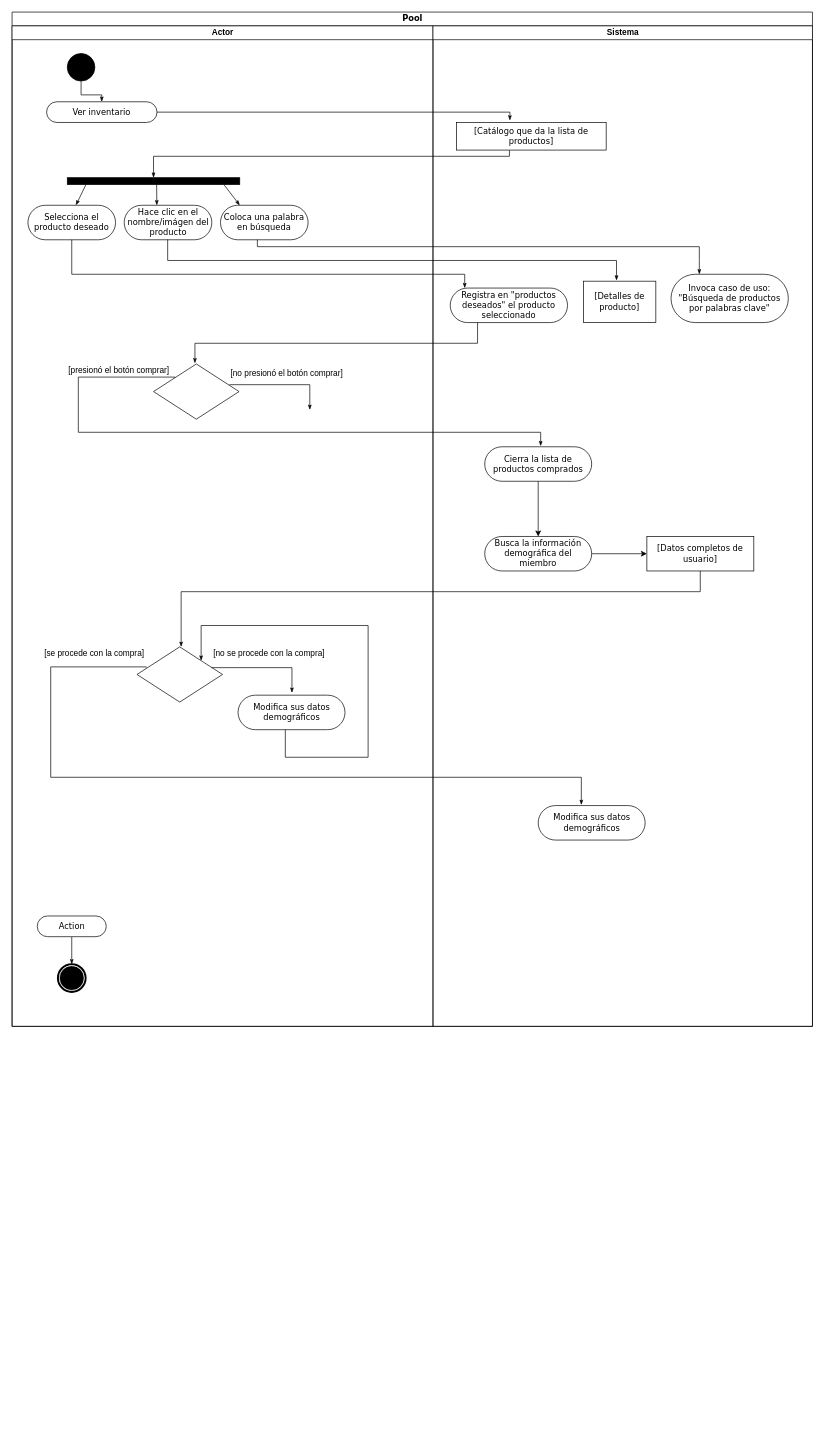
The draw.io diagram Taller diagrama de actividades.drawio in NeutronBlast/IS-Ex, before the edit. Source tidied: cells renumbered, new cells numbered last; positions are measured from the earlier drawing's top-left corner, leaving out a move shared by most shapes. Both pictures are drawn from the tidied source at 69%, with x=0, y=0 at pixel (12, 12).
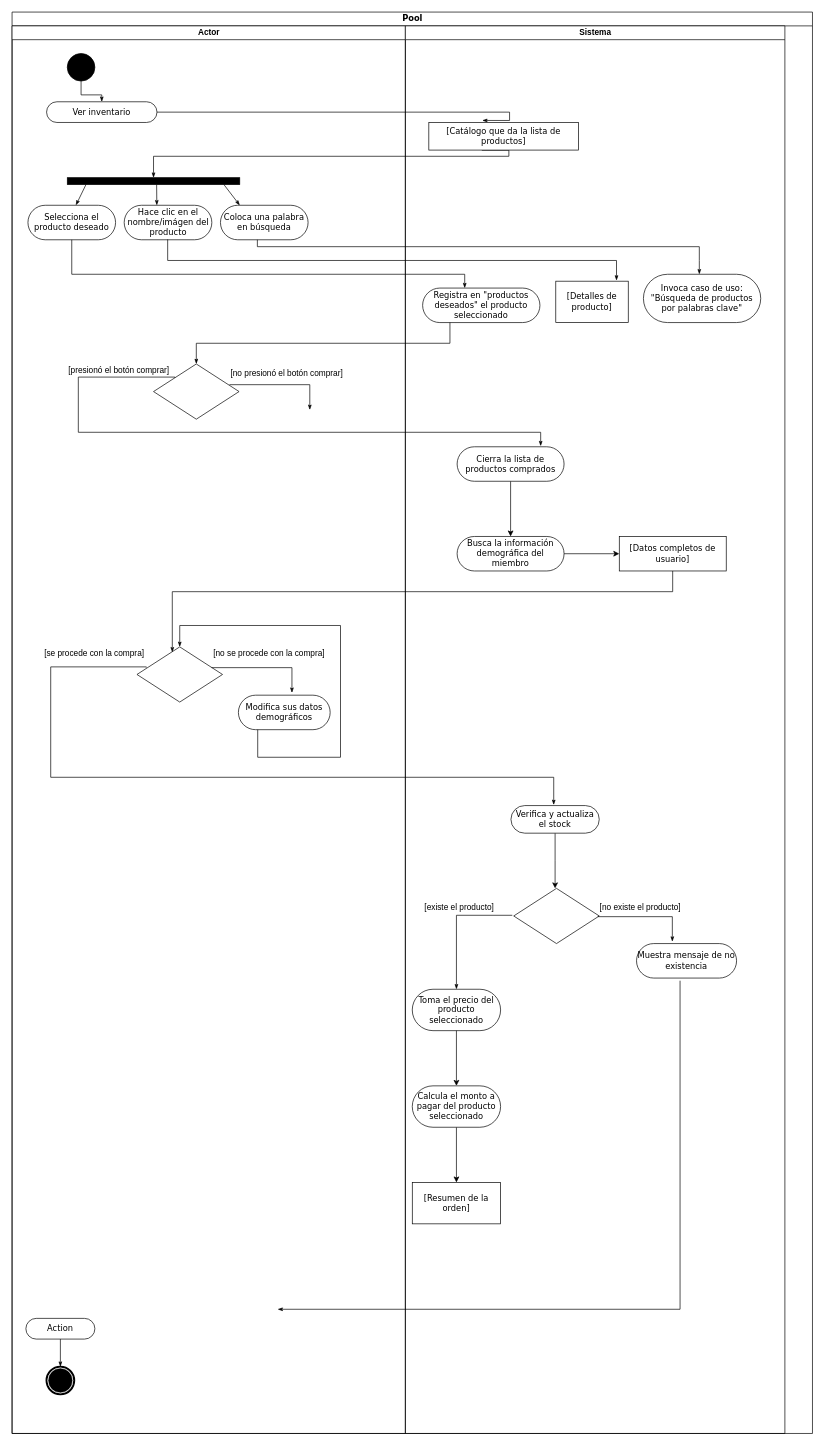
The same diagram, later.

Unchanged cells that the change refers to:
```xml
<mxCell id="18" style="rhombus;whiteSpace=wrap;html=1;rounded=0;" parent="5" vertex="1">
  <mxGeometry x="205" y="490" width="124" height="80" as="geometry" />
</mxCell>
<mxCell id="21" style="rhombus;whiteSpace=wrap;html=1;rounded=0;" parent="5" vertex="1">
  <mxGeometry x="181" y="900" width="124" height="80" as="geometry" />
</mxCell>
```

The edit, as a diff of the source:
```diff
@@
     <mxCell id="2" value="Pool" style="swimlane;html=1;startSize=20;rounded=0;shadow=0;comic=0;labelBackgroundColor=none;strokeColor=#000000;strokeWidth=1;fillColor=#ffffff;fontFamily=Verdana;fontSize=12;fontColor=#000000;align=center;" parent="1" vertex="1">
-      <mxGeometry width="1160" height="1470" as="geometry" />
+      <mxGeometry width="1160" height="2060" as="geometry" />
     </mxCell>
@@
     <mxCell id="5" value="Actor" style="swimlane;html=1;startSize=20;" parent="2" vertex="1">
-      <mxGeometry y="20" width="610" height="1450" as="geometry" />
+      <mxGeometry y="20" width="570" height="2040" as="geometry" />
     </mxCell>
@@
     <mxCell id="24" style="edgeStyle=orthogonalEdgeStyle;rounded=0;html=1;labelBackgroundColor=none;startArrow=none;startFill=0;startSize=5;endArrow=classicThin;endFill=1;endSize=5;jettySize=auto;orthogonalLoop=1;strokeColor=#000000;strokeWidth=1;fontFamily=Verdana;fontSize=12;fontColor=#000000;exitX=0;exitY=0;exitDx=0;exitDy=0;" parent="5" edge="1">
       <mxGeometry relative="1" as="geometry">
         <mxPoint x="194.6" y="930" as="sourcePoint" />
-        <mxPoint x="825" y="1129" as="targetPoint" />
+        <mxPoint x="785" y="1129" as="targetPoint" />
         <Array as="points">
           <mxPoint x="56" y="929" />
           <mxPoint x="56" y="1089" />
-          <mxPoint x="825" y="1089" />
+          <mxPoint x="785" y="1089" />
+          <mxPoint x="785" y="1129" />
         </Array>
       </mxGeometry>
     </mxCell>
@@
     <mxCell id="26" value="Modifica sus datos demográficos" style="rounded=1;whiteSpace=wrap;html=1;shadow=0;comic=0;labelBackgroundColor=none;strokeColor=#000000;strokeWidth=1;fillColor=#ffffff;fontFamily=Verdana;fontSize=12;fontColor=#000000;align=center;arcSize=50;" parent="5" vertex="1">
-      <mxGeometry x="327.5" y="970" width="155" height="50" as="geometry" />
+      <mxGeometry x="328" y="970" width="133" height="50" as="geometry" />
     </mxCell>
+    <mxCell id="47" style="edgeStyle=orthogonalEdgeStyle;rounded=0;html=1;labelBackgroundColor=none;startArrow=none;startFill=0;startSize=5;endArrow=classicThin;endFill=1;endSize=5;jettySize=auto;strokeColor=#000000;strokeWidth=1;fontFamily=Verdana;fontSize=12;fontColor=#000000;entryX=0.5;entryY=0;entryDx=0;entryDy=0;" parent="5" edge="1" target="53">
+      <mxGeometry relative="1" as="geometry">
+        <mxPoint x="725" y="1289" as="sourcePoint" />
+        <Array as="points">
+          <mxPoint x="644" y="1289" />
+        </Array>
+      </mxGeometry>
+    </mxCell>
@@
     <mxCell id="28" value="Sistema&lt;br&gt;" style="swimlane;html=1;startSize=20;" parent="2" vertex="1">
-      <mxGeometry x="610" y="20" width="550" height="1450" as="geometry" />
+      <mxGeometry x="570" y="20" width="550" height="2040" as="geometry" />
     </mxCell>
@@
-    <mxCell id="33" style="edgeStyle=orthogonalEdgeStyle;rounded=0;html=1;labelBackgroundColor=none;startArrow=none;startFill=0;startSize=5;endArrow=classicThin;endFill=1;endSize=5;jettySize=auto;orthogonalLoop=1;strokeColor=#000000;strokeWidth=1;fontFamily=Verdana;fontSize=12;fontColor=#000000;" parent="28" edge="1">
+    <mxCell id="33" style="edgeStyle=orthogonalEdgeStyle;rounded=0;html=1;labelBackgroundColor=none;startArrow=none;startFill=0;startSize=5;endArrow=classicThin;endFill=1;endSize=5;jettySize=auto;strokeColor=#000000;strokeWidth=1;fontFamily=Verdana;fontSize=12;fontColor=#000000;entryX=0.5;entryY=0;entryDx=0;entryDy=0;" parent="28" edge="1" target="18">
       <mxGeometry relative="1" as="geometry">
         <mxPoint x="64.6" y="430" as="sourcePoint" />
-        <mxPoint x="-345" y="489" as="targetPoint" />
         <Array as="points">
           <mxPoint x="64" y="460" />
-          <mxPoint x="-345" y="460" />
-          <mxPoint x="-345" y="489" />
+          <mxPoint x="-303" y="460" />
         </Array>
       </mxGeometry>
     </mxCell>
@@
-    <mxCell id="39" style="edgeStyle=orthogonalEdgeStyle;rounded=0;html=1;labelBackgroundColor=none;startArrow=none;startFill=0;startSize=5;endArrow=classicThin;endFill=1;endSize=5;jettySize=auto;orthogonalLoop=1;strokeColor=#000000;strokeWidth=1;fontFamily=Verdana;fontSize=12;fontColor=#000000;" parent="28" edge="1">
+    <mxCell id="39" style="edgeStyle=orthogonalEdgeStyle;rounded=0;html=1;labelBackgroundColor=none;startArrow=none;startFill=0;startSize=5;endArrow=classicThin;endFill=1;endSize=5;jettySize=auto;strokeColor=#000000;strokeWidth=1;fontFamily=Verdana;fontSize=12;fontColor=#000000;entryX=0.413;entryY=0.098;entryDx=0;entryDy=0;entryPerimeter=0;" parent="28" edge="1" target="21">
       <mxGeometry relative="1" as="geometry">
         <mxPoint x="387.4" y="790" as="sourcePoint" />
-        <mxPoint x="-365" y="900" as="targetPoint" />
         <Array as="points">
           <mxPoint x="388" y="820" />
-          <mxPoint x="-365" y="820" />
-          <mxPoint x="-365" y="849" />
+          <mxPoint x="-338" y="820" />
         </Array>
       </mxGeometry>
     </mxCell>
-    <mxCell id="40" style="edgeStyle=orthogonalEdgeStyle;rounded=0;html=1;labelBackgroundColor=none;startArrow=none;startFill=0;startSize=5;endArrow=classicThin;endFill=1;endSize=5;jettySize=auto;strokeColor=#000000;strokeWidth=1;fontFamily=Verdana;fontSize=12;fontColor=#000000;entryX=1;entryY=0;entryDx=0;entryDy=0;" parent="28" edge="1" target="21">
+    <mxCell id="40" style="edgeStyle=orthogonalEdgeStyle;rounded=0;html=1;labelBackgroundColor=none;startArrow=none;startFill=0;startSize=5;endArrow=classicThin;endFill=1;endSize=5;jettySize=auto;strokeColor=#000000;strokeWidth=1;fontFamily=Verdana;fontSize=12;fontColor=#000000;entryX=0.5;entryY=0;entryDx=0;entryDy=0;" parent="28" edge="1" target="21">
       <mxGeometry relative="1" as="geometry">
         <mxPoint x="-214" y="1020" as="sourcePoint" />
         <Array as="points">
           <mxPoint x="-214" y="1060" />
           <mxPoint x="-94" y="1060" />
           <mxPoint x="-94" y="869" />
-          <mxPoint x="-336" y="869" />
+          <mxPoint x="-327" y="869" />
         </Array>
       </mxGeometry>
     </mxCell>
+    <mxCell id="48" style="edgeStyle=orthogonalEdgeStyle;rounded=0;jettySize=auto;html=1;" parent="28" edge="1" source="41">
+      <mxGeometry relative="1" as="geometry">
+        <mxPoint x="217" y="1250" as="targetPoint" />
+      </mxGeometry>
+    </mxCell>
-    <mxCell id="41" value="Modifica sus datos demográficos" style="rounded=1;whiteSpace=wrap;html=1;shadow=0;comic=0;labelBackgroundColor=none;strokeColor=#000000;strokeWidth=1;fillColor=#ffffff;fontFamily=Verdana;fontSize=12;fontColor=#000000;align=center;arcSize=50;" parent="28" vertex="1">
-      <mxGeometry x="152.5" y="1130" width="155" height="50" as="geometry" />
+    <mxCell id="41" value="Verifica y actualiza el stock" style="rounded=1;whiteSpace=wrap;html=1;shadow=0;comic=0;labelBackgroundColor=none;strokeColor=#000000;strokeWidth=1;fillColor=#ffffff;fontFamily=Verdana;fontSize=12;fontColor=#000000;align=center;arcSize=50;" parent="28" vertex="1">
+      <mxGeometry x="153" y="1130" width="128" height="40" as="geometry" />
     </mxCell>
+    <mxCell id="49" style="rhombus;whiteSpace=wrap;html=1;rounded=0;" parent="28" vertex="1">
+      <mxGeometry x="157" y="1250" width="124" height="80" as="geometry" />
+    </mxCell>
+    <mxCell id="50" style="edgeStyle=orthogonalEdgeStyle;rounded=0;html=1;labelBackgroundColor=none;startArrow=none;startFill=0;startSize=5;endArrow=classicThin;endFill=1;endSize=5;jettySize=auto;strokeColor=#000000;strokeWidth=1;fontFamily=Verdana;fontSize=12;fontColor=#000000;exitX=-0.005;exitY=1.085;exitDx=0;exitDy=0;exitPerimeter=0;" parent="28" edge="1" source="51">
+      <mxGeometry relative="1" as="geometry">
+        <mxPoint x="386.9" y="1327.1" as="targetPoint" />
+        <Array as="points">
+          <mxPoint x="280" y="1291" />
+          <mxPoint x="387" y="1291" />
+        </Array>
+      </mxGeometry>
+    </mxCell>
+    <mxCell id="51" value="[no existe el producto]&lt;br&gt;" style="text;html=1;points=[];align=left;verticalAlign=top;spacingTop=-4;" parent="28" vertex="1">
+      <mxGeometry x="280" y="1268" width="130" height="20" as="geometry" />
+    </mxCell>
+    <mxCell id="52" value="Muestra mensaje de no existencia" style="rounded=1;whiteSpace=wrap;html=1;shadow=0;comic=0;labelBackgroundColor=none;strokeColor=#000000;strokeWidth=1;fillColor=#ffffff;fontFamily=Verdana;fontSize=12;fontColor=#000000;align=center;arcSize=50;" parent="28" vertex="1">
+      <mxGeometry x="335" y="1330" width="145" height="50" as="geometry" />
+    </mxCell>
+    <mxCell id="53" value="Toma el precio del producto seleccionado" style="rounded=1;whiteSpace=wrap;html=1;shadow=0;comic=0;labelBackgroundColor=none;strokeColor=#000000;strokeWidth=1;fillColor=#ffffff;fontFamily=Verdana;fontSize=12;fontColor=#000000;align=center;arcSize=50;" parent="28" vertex="1">
+      <mxGeometry x="10" y="1396.2" width="128" height="60" as="geometry" />
+    </mxCell>
+    <mxCell id="54" style="edgeStyle=orthogonalEdgeStyle;rounded=0;jettySize=auto;html=1;strokeColor=#000000;" parent="28" edge="1" source="55" target="56">
+      <mxGeometry relative="1" as="geometry" />
+    </mxCell>
+    <mxCell id="55" value="Calcula el monto a pagar del producto seleccionado" style="rounded=1;whiteSpace=wrap;html=1;shadow=0;comic=0;labelBackgroundColor=none;strokeColor=#000000;strokeWidth=1;fillColor=#ffffff;fontFamily=Verdana;fontSize=12;fontColor=#000000;align=center;arcSize=50;" parent="28" vertex="1">
+      <mxGeometry x="10" y="1536.2" width="128" height="60" as="geometry" />
+    </mxCell>
+    <mxCell id="56" value="[Resumen de la orden]" style="rounded=0;whiteSpace=wrap;html=1;shadow=0;comic=0;labelBackgroundColor=none;strokeColor=#000000;strokeWidth=1;fillColor=#ffffff;fontFamily=Verdana;fontSize=12;fontColor=#000000;align=center;arcSize=50;" parent="28" vertex="1">
+      <mxGeometry x="10" y="1676.2" width="128" height="60" as="geometry" />
+    </mxCell>
+    <mxCell id="57" style="edgeStyle=orthogonalEdgeStyle;rounded=0;jettySize=auto;html=1;" parent="28" edge="1" source="53" target="55">
+      <mxGeometry relative="1" as="geometry" />
+    </mxCell>
+    <mxCell id="58" style="edgeStyle=orthogonalEdgeStyle;rounded=0;html=1;labelBackgroundColor=none;startArrow=none;startFill=0;startSize=5;endArrow=classicThin;endFill=1;endSize=5;jettySize=auto;strokeColor=#000000;strokeWidth=1;fontFamily=Verdana;fontSize=12;fontColor=#000000;exitX=0.435;exitY=1.076;exitDx=0;exitDy=0;exitPerimeter=0;" parent="28" edge="1" source="52">
+      <mxGeometry relative="1" as="geometry">
+        <mxPoint x="-185" y="1860" as="targetPoint" />
+        <Array as="points">
+          <mxPoint x="399" y="1860" />
+        </Array>
+      </mxGeometry>
+    </mxCell>
@@
     <mxCell id="45" value="Action" style="rounded=1;whiteSpace=wrap;html=1;shadow=0;comic=0;labelBackgroundColor=none;strokeColor=#000000;strokeWidth=1;fillColor=#ffffff;fontFamily=Verdana;fontSize=12;fontColor=#000000;align=center;arcSize=50;" parent="1" vertex="1">
-      <mxGeometry x="36.5" y="1310" width="100" height="30" as="geometry" />
+      <mxGeometry x="20" y="1893.2" width="100" height="30" as="geometry" />
     </mxCell>
     <mxCell id="46" style="shape=mxgraph.bpmn.shape;html=1;verticalLabelPosition=bottom;labelBackgroundColor=#ffffff;verticalAlign=top;perimeter=ellipsePerimeter;outline=end;symbol=terminate;rounded=0;shadow=0;comic=0;strokeColor=#000000;strokeWidth=1;fillColor=#ffffff;fontFamily=Verdana;fontSize=12;fontColor=#000000;align=center;" parent="1" vertex="1">
-      <mxGeometry x="66.5" y="1380" width="40" height="40" as="geometry" />
+      <mxGeometry x="50" y="1963.2" width="40" height="40" as="geometry" />
     </mxCell>
+    <mxCell id="59" value="[existe el producto]" style="text;html=1;align=left;verticalAlign=top;spacingTop=-4;" parent="1" vertex="1">
+      <mxGeometry x="596" y="1288" width="120" height="20" as="geometry" />
+    </mxCell>
```
